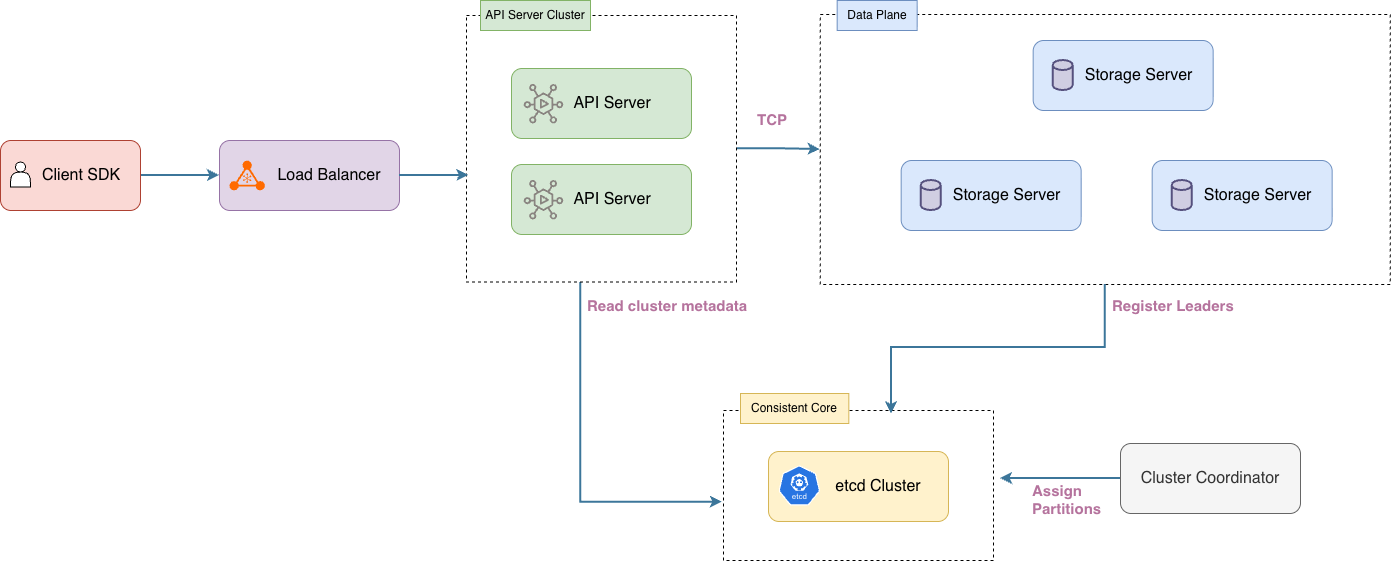
Earlier version of the draw.io export src/talks-source/rootconf-2026/public/architecture.png (SarthakMakhija/tech-lessons-posts-v2). Source tidied: cells renumbered, new cells last; positions are measured from the earlier drawing's top-left corner, leaving out a move shared by most shapes.
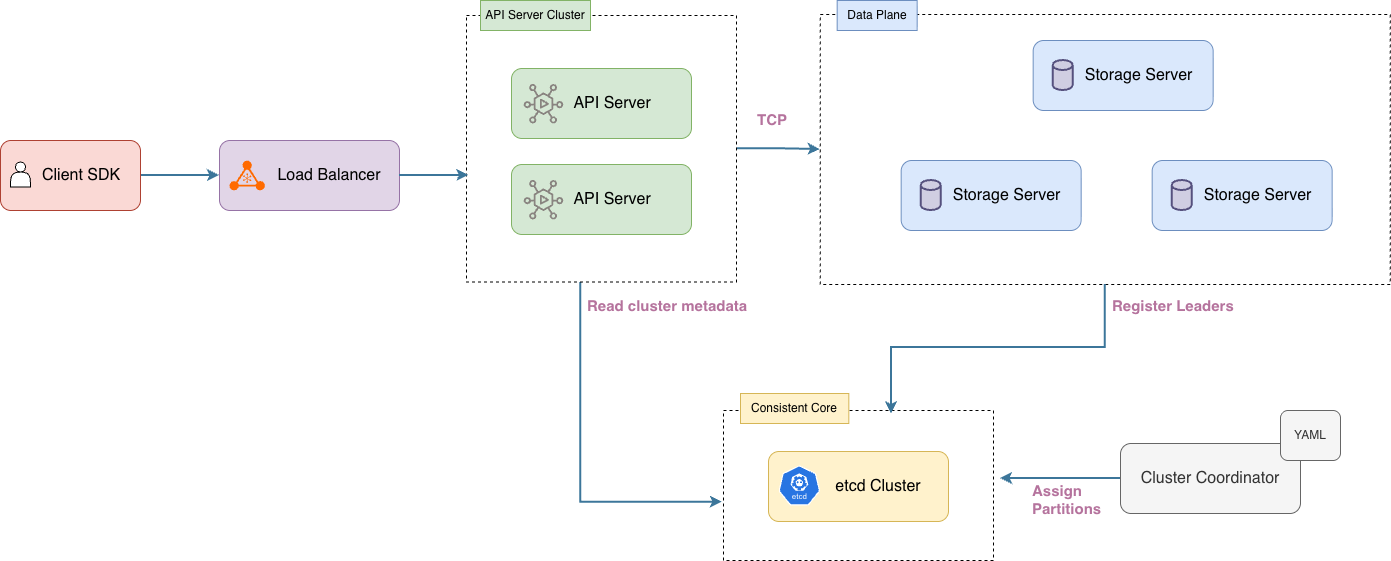
The same diagram one commit later.

Diff of the diagram source:
```diff
@@ -132,5 +132,8 @@
     <mxCell id="42" style="sketch=0;fontColor=#232F3E;gradientColor=none;fillColor=light-dark(#898480, #d86d0c);strokeColor=none;dashed=0;verticalLabelPosition=bottom;verticalAlign=top;align=center;html=1;fontSize=12;fontStyle=0;shape=mxgraph.aws4.mediaconnect_gateway;" parent="40" vertex="1">
       <mxGeometry x="12" y="15" width="40" height="40" as="geometry" />
     </mxCell>
+    <mxCell id="43" value="YAML" style="rounded=1;whiteSpace=wrap;html=1;fillColor=#f5f5f5;fontColor=#333333;strokeColor=#666666;" parent="1" vertex="1">
+      <mxGeometry x="1280" y="410" width="60" height="50" as="geometry" />
+    </mxCell>
   </root>
 </mxGraphModel>
```
